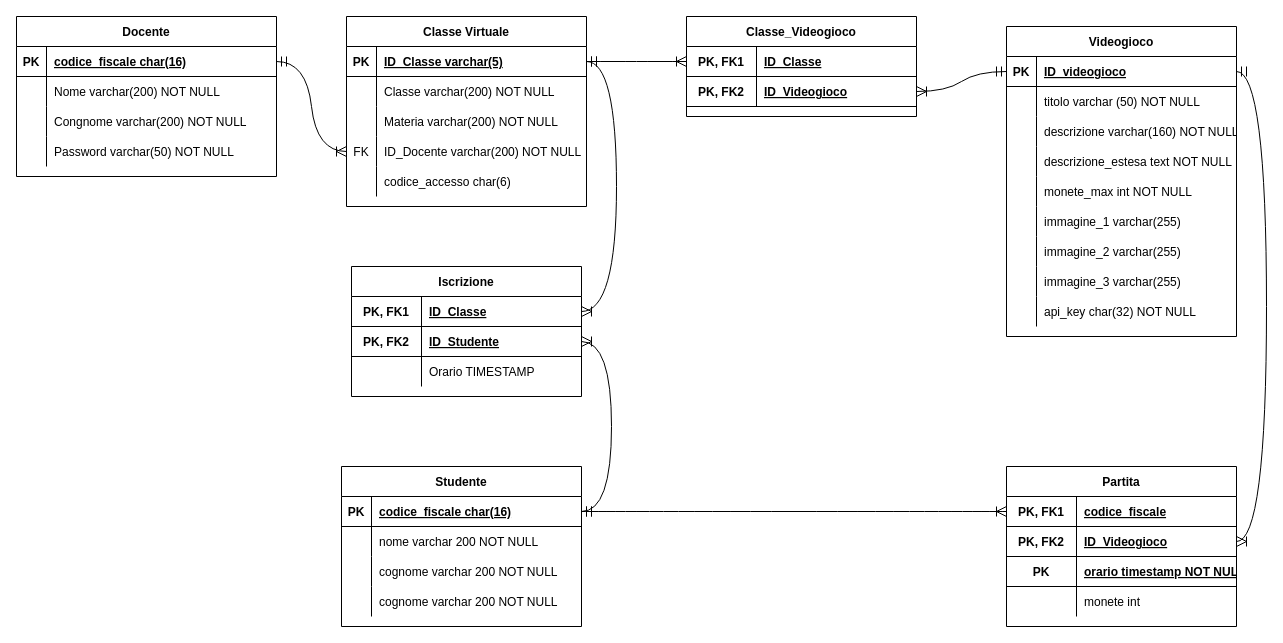
This is Logico.drawio from Smatjoy/Seconda-prova-Info-2023, a draw.io file, before an edit. Source tidied: cells renumbered, new cells numbered last; positions are measured from the earlier drawing's top-left corner, leaving out a move shared by most shapes. Both pictures are drawn from the tidied source at 100%, with x=0, y=0 at pixel (16, 16).
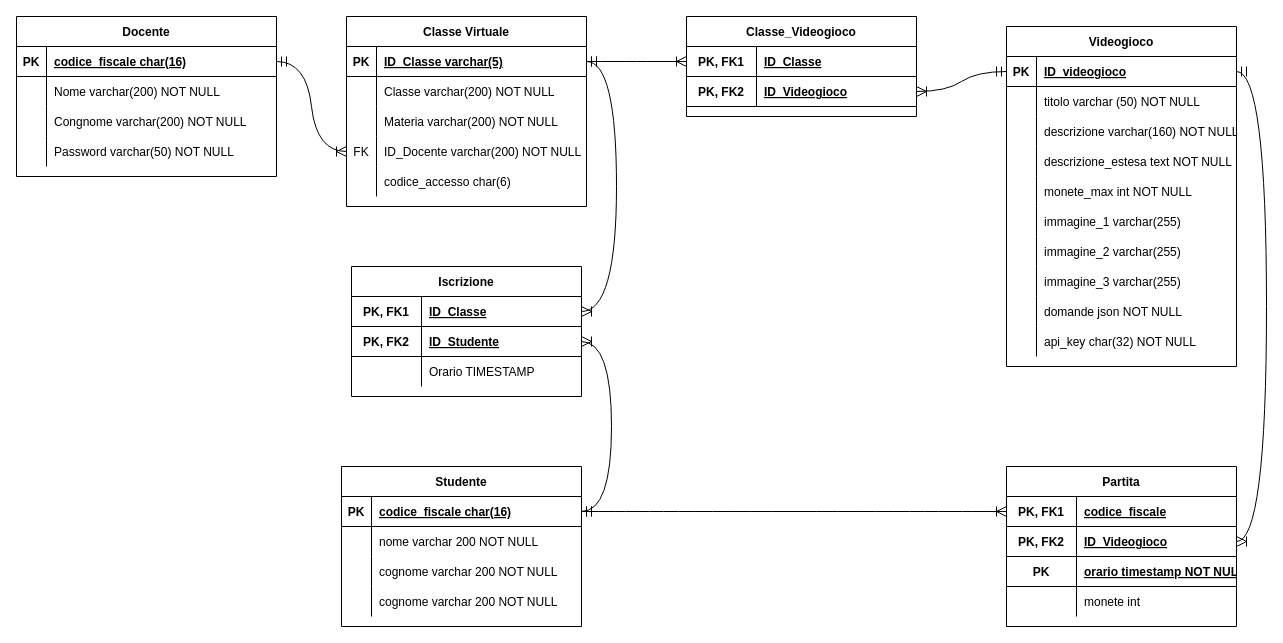
The same diagram, later.

What changed in the source:
```diff
@@
     <mxCell id="32" value="Videogioco" style="shape=table;startSize=30;childLayout=tableLayout;rowLines=0;fontStyle=1;align=center;" parent="1" vertex="1">
-      <mxGeometry x="990" y="10" width="230" height="310" as="geometry" />
+      <mxGeometry x="990" y="10" width="230" height="340" as="geometry" />
     </mxCell>
@@
+    <mxCell id="110" style="shape=partialRectangle;fillColor=none;top=0;left=0;right=0;bottom=0;" parent="32" vertex="1">
+      <mxGeometry y="270" width="230" height="30" as="geometry" />
+    </mxCell>
+    <mxCell id="111" style="shape=partialRectangle;overflow=hidden;fillColor=none;top=0;left=0;bottom=0;right=0;" parent="110" vertex="1">
+      <mxGeometry width="30" height="30" as="geometry" />
+    </mxCell>
+    <mxCell id="112" value="domande json NOT NULL" style="shape=partialRectangle;overflow=hidden;fillColor=none;top=0;left=0;bottom=0;right=0;align=left;spacingLeft=6;" parent="110" vertex="1">
+      <mxGeometry x="30" width="200" height="30" as="geometry" />
+    </mxCell>
     <mxCell id="57" style="shape=partialRectangle;fillColor=none;top=0;left=0;right=0;bottom=0;" parent="32" vertex="1">
-      <mxGeometry y="270" width="230" height="30" as="geometry" />
+      <mxGeometry y="300" width="230" height="30" as="geometry" />
     </mxCell>
```
